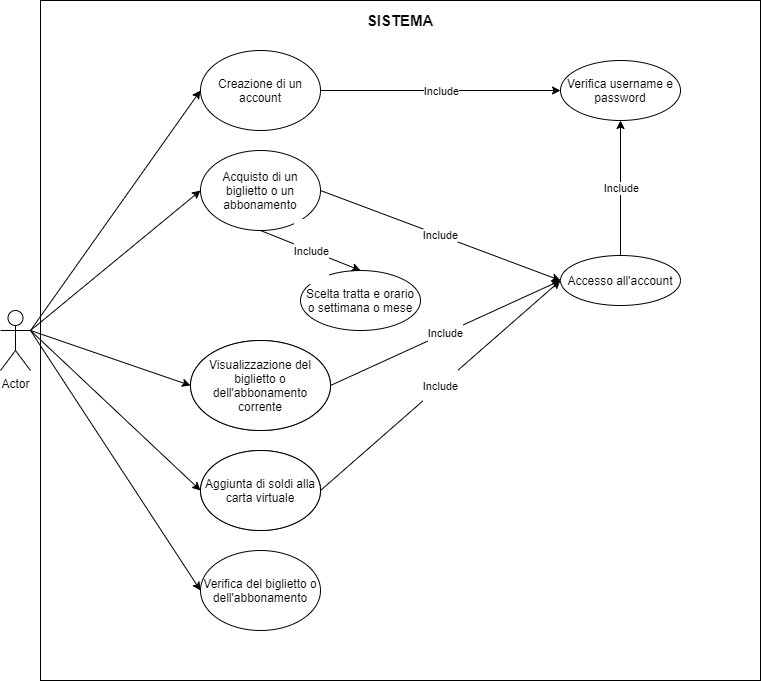
Above: Documentazione/Diagrammi/Diagramma UML dei casi d'uso.png in DanieleRonco/ProgettoJAItalia (draw.io), before the change. Source tidied: cells renumbered, new cells last; positions are measured from the earlier drawing's top-left corner, leaving out a move shared by most shapes.
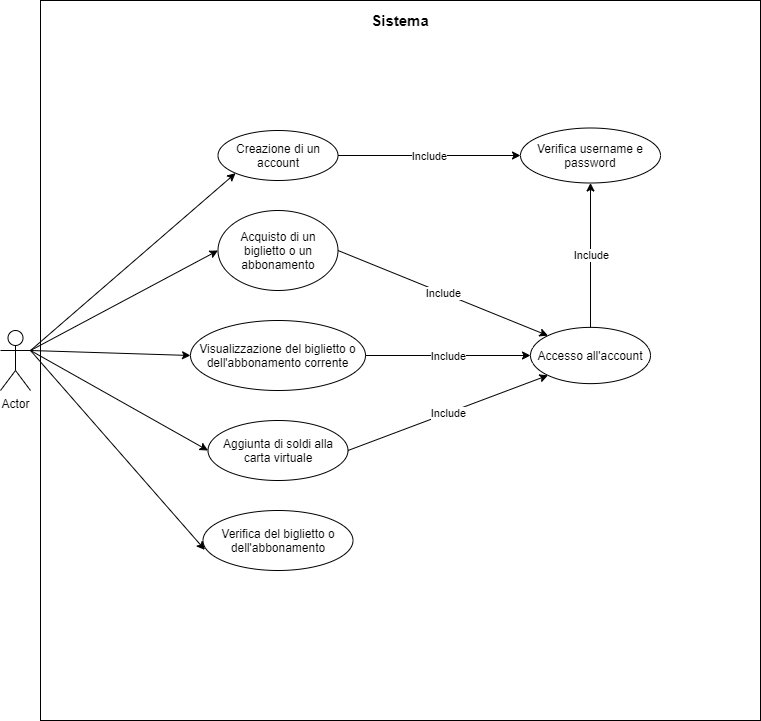
Above is the later version.

Commit message:
Modifica nell'individuazione dei casi d'uso e nella ripartizione dei casi d'uso tra i componenti del gruppo. Ultimazione del caso d'uso 2. Ultimazione del diagramma UML dei casi d'uso.

Change to the diagram source:
```diff
@@ -2,92 +2,80 @@
   <root>
     <mxCell id="0" />
     <mxCell id="1" parent="0" />
-    <mxCell id="2" value="Actor" style="shape=umlActor;verticalLabelPosition=bottom;verticalAlign=top;html=1;outlineConnect=0;" parent="1" vertex="1">
-      <mxGeometry y="310" width="30" height="60" as="geometry" />
+    <mxCell id="2" value="Actor" style="shape=umlActor;verticalLabelPosition=bottom;verticalAlign=top;html=1;outlineConnect=0;comic=0;" parent="1" vertex="1">
+      <mxGeometry y="330" width="30" height="60" as="geometry" />
     </mxCell>
-    <mxCell id="3" style="rounded=0;whiteSpace=wrap;html=1;" parent="1" vertex="1">
-      <mxGeometry x="40" width="720" height="680" as="geometry" />
-    </mxCell>
-    <mxCell id="4" value="&lt;b&gt;&lt;font style=&quot;font-size: 15px&quot;&gt;SISTEMA&lt;/font&gt;&lt;/b&gt;" style="text;html=1;strokeColor=none;fillColor=none;align=center;verticalAlign=middle;whiteSpace=wrap;rounded=0;" parent="1" vertex="1">
-      <mxGeometry x="380" y="10" width="40" height="20" as="geometry" />
-    </mxCell>
+    <mxCell id="31" style="rounded=0;whiteSpace=wrap;html=1;comic=0;" parent="1" vertex="1">
+      <mxGeometry x="40" width="720" height="720" as="geometry" />
+    </mxCell>
+    <mxCell id="32" value="&lt;b&gt;&lt;font style=&quot;font-size: 15px&quot;&gt;Sistema&lt;/font&gt;&lt;/b&gt;" style="text;html=1;strokeColor=none;fillColor=none;align=center;verticalAlign=middle;whiteSpace=wrap;rounded=0;comic=0;" parent="1" vertex="1">
+      <mxGeometry x="380" y="10" width="40" height="20" as="geometry" />
+    </mxCell>
-    <mxCell id="5" value="Creazione di un account" style="ellipse;whiteSpace=wrap;html=1;" parent="1" vertex="1">
-      <mxGeometry x="200" y="50" width="120" height="80" as="geometry" />
+    <mxCell id="5" value="Creazione di un account" style="ellipse;whiteSpace=wrap;html=1;comic=0;" parent="1" vertex="1">
+      <mxGeometry x="217.5" y="130" width="120" height="50" as="geometry" />
     </mxCell>
+    <mxCell id="26" style="endArrow=classic;html=1;exitX=1;exitY=0.3333333333333333;exitDx=0;exitDy=0;exitPerimeter=0;entryX=0;entryY=1;entryDx=0;entryDy=0;" parent="1" edge="1" source="2" target="5">
+      <mxGeometry relative="1" as="geometry" />
+    </mxCell>
-    <mxCell id="6" value="Acquisto di un biglietto o un abbonamento" style="ellipse;whiteSpace=wrap;html=1;" parent="1" vertex="1">
-      <mxGeometry x="200" y="150" width="120" height="80" as="geometry" />
+    <mxCell id="6" value="Acquisto di un biglietto o un abbonamento" style="ellipse;whiteSpace=wrap;html=1;comic=0;" parent="1" vertex="1">
+      <mxGeometry x="217.5" y="210" width="120" height="80" as="geometry" />
     </mxCell>
-    <mxCell id="7" value="Visualizzazione del biglietto o dell'abbonamento corrente" style="ellipse;whiteSpace=wrap;html=1;" parent="1" vertex="1">
-      <mxGeometry x="190" y="340" width="140" height="90" as="geometry" />
-    </mxCell>
-    <mxCell id="8" value="Aggiunta di soldi alla carta virtuale" style="ellipse;whiteSpace=wrap;html=1;" parent="1" vertex="1">
-      <mxGeometry x="200" y="450" width="120" height="80" as="geometry" />
-    </mxCell>
+    <mxCell id="33" value="Visualizzazione del biglietto o dell'abbonamento corrente" style="ellipse;whiteSpace=wrap;html=1;comic=0;" parent="1" vertex="1">
+      <mxGeometry x="190" y="320" width="175" height="70" as="geometry" />
+    </mxCell>
+    <mxCell id="34" value="Aggiunta di soldi alla carta virtuale" style="ellipse;whiteSpace=wrap;html=1;comic=0;" parent="1" vertex="1">
+      <mxGeometry x="207.5" y="420" width="140" height="60" as="geometry" />
+    </mxCell>
-    <mxCell id="9" value="Verifica del biglietto o dell'abbonamento" style="ellipse;whiteSpace=wrap;html=1;" parent="1" vertex="1">
-      <mxGeometry x="200" y="550" width="120" height="80" as="geometry" />
+    <mxCell id="9" value="Verifica del biglietto o dell'abbonamento" style="ellipse;whiteSpace=wrap;html=1;comic=0;" parent="1" vertex="1">
+      <mxGeometry x="202.5" y="510" width="150" height="60" as="geometry" />
     </mxCell>
-    <mxCell id="10" value="Verifica username e password" style="ellipse;whiteSpace=wrap;html=1;" parent="1" vertex="1">
-      <mxGeometry x="560" y="60" width="120" height="60" as="geometry" />
+    <mxCell id="10" value="Verifica username e password" style="ellipse;whiteSpace=wrap;html=1;comic=0;" parent="1" vertex="1">
+      <mxGeometry x="520" y="127.5" width="140" height="55" as="geometry" />
     </mxCell>
-    <mxCell id="11" value="Accesso all'account" style="ellipse;whiteSpace=wrap;html=1;" parent="1" vertex="1">
-      <mxGeometry x="560" y="255" width="120" height="50" as="geometry" />
+    <mxCell id="11" value="Accesso all'account" style="ellipse;whiteSpace=wrap;html=1;comic=0;" parent="1" vertex="1">
+      <mxGeometry x="530" y="326.9" width="120" height="56.2" as="geometry" />
     </mxCell>
-    <mxCell id="12" value="Scelta tratta e orario o settimana o mese" style="ellipse;whiteSpace=wrap;html=1;" parent="1" vertex="1">
-      <mxGeometry x="300" y="270" width="120" height="60" as="geometry" />
-    </mxCell>
+    <mxCell id="27" style="endArrow=classic;html=1;exitX=1;exitY=0.3333333333333333;exitDx=0;exitDy=0;exitPerimeter=0;entryX=0;entryY=0.5;entryDx=0;entryDy=0;" parent="1" edge="1" source="2" target="6">
+      <mxGeometry relative="1" as="geometry" />
+    </mxCell>
+    <mxCell id="35" style="endArrow=classic;html=1;exitX=1;exitY=0.3333333333333333;exitDx=0;exitDy=0;exitPerimeter=0;entryX=0;entryY=0.5;entryDx=0;entryDy=0;" parent="1" edge="1" source="2" target="33">
+      <mxGeometry relative="1" as="geometry" />
+    </mxCell>
+    <mxCell id="36" style="endArrow=classic;html=1;exitX=1;exitY=0.3333333333333333;exitDx=0;exitDy=0;exitPerimeter=0;entryX=0;entryY=0.5;entryDx=0;entryDy=0;" parent="1" edge="1" source="2" target="34">
+      <mxGeometry relative="1" as="geometry" />
+    </mxCell>
+    <mxCell id="30" style="endArrow=classic;html=1;exitX=1;exitY=0.3333333333333333;exitDx=0;exitDy=0;exitPerimeter=0;entryX=0.013;entryY=0.657;entryDx=0;entryDy=0;entryPerimeter=0;" parent="1" edge="1" source="2" target="9">
+      <mxGeometry relative="1" as="geometry" />
+    </mxCell>
+    <mxCell id="18" style="endArrow=classic;html=1;exitX=1;exitY=0.5;exitDx=0;exitDy=0;entryX=0;entryY=0.5;entryDx=0;entryDy=0;" parent="1" edge="1" source="5" target="10">
+      <mxGeometry relative="1" as="geometry" />
+    </mxCell>
+    <mxCell id="37" value="Include" style="edgeLabel;html=1;align=center;verticalAlign=middle;" parent="18" vertex="1">
+      <mxGeometry relative="1" as="geometry" />
+    </mxCell>
-    <mxCell id="13" style="endArrow=classic;html=1;exitX=1;exitY=0.5;exitDx=0;exitDy=0;entryX=0;entryY=0.5;entryDx=0;entryDy=0;" parent="1" edge="1" source="6" target="11">
+    <mxCell id="13" style="endArrow=classic;html=1;exitX=1;exitY=0.5;exitDx=0;exitDy=0;entryX=0;entryY=0;entryDx=0;entryDy=0;" parent="1" edge="1" source="6" target="11">
       <mxGeometry relative="1" as="geometry" />
     </mxCell>
-    <mxCell id="14" value="Include" style="edgeLabel;html=1;align=center;verticalAlign=middle;" parent="13" vertex="1">
-      <mxGeometry relative="1" as="geometry" />
-    </mxCell>
-    <mxCell id="15" value="&#10;&#10;&lt;span style=&quot;color: rgb(0, 0, 0); font-family: helvetica; font-size: 11px; font-style: normal; font-weight: 400; letter-spacing: normal; text-align: center; text-indent: 0px; text-transform: none; word-spacing: 0px; background-color: rgb(255, 255, 255); display: inline; float: none;&quot;&gt;Include&lt;/span&gt;&#10;&#10;" style="endArrow=classic;html=1;exitX=1;exitY=0.5;exitDx=0;exitDy=0;entryX=0;entryY=0.5;entryDx=0;entryDy=0;" parent="1" edge="1" source="7" target="11">
-      <mxGeometry relative="1" as="geometry" />
-    </mxCell>
-    <mxCell id="16" style="endArrow=classic;html=1;exitX=1;exitY=0.5;exitDx=0;exitDy=0;entryX=0;entryY=0.5;entryDx=0;entryDy=0;" parent="1" edge="1" source="8" target="11">
-      <mxGeometry relative="1" as="geometry" />
-    </mxCell>
-    <mxCell id="17" value="&#10;&#10;&lt;span style=&quot;color: rgb(0, 0, 0); font-family: helvetica; font-size: 11px; font-style: normal; font-weight: 400; letter-spacing: normal; text-align: center; text-indent: 0px; text-transform: none; word-spacing: 0px; background-color: rgb(255, 255, 255); display: inline; float: none;&quot;&gt;Include&lt;/span&gt;&#10;&#10;" style="edgeLabel;html=1;align=center;verticalAlign=middle;" parent="16" vertex="1">
-      <mxGeometry relative="1" as="geometry" />
-    </mxCell>
-    <mxCell id="18" style="endArrow=classic;html=1;exitX=1;exitY=0.5;exitDx=0;exitDy=0;entryX=0;entryY=0.5;entryDx=0;entryDy=0;" parent="1" edge="1" source="5" target="10">
-      <mxGeometry relative="1" as="geometry" />
-    </mxCell>
-    <mxCell id="19" value="&#10;&#10;&lt;span style=&quot;color: rgb(0, 0, 0); font-family: helvetica; font-size: 11px; font-style: normal; font-weight: 400; letter-spacing: normal; text-align: center; text-indent: 0px; text-transform: none; word-spacing: 0px; background-color: rgb(255, 255, 255); display: inline; float: none;&quot;&gt;Include&lt;/span&gt;&#10;&#10;" style="edgeLabel;html=1;align=center;verticalAlign=middle;" parent="18" vertex="1">
-      <mxGeometry relative="1" as="geometry" />
-    </mxCell>
+    <mxCell id="38" value="Include" style="edgeLabel;html=1;align=center;verticalAlign=middle;" parent="13" vertex="1">
+      <mxGeometry relative="1" as="geometry" />
+    </mxCell>
+    <mxCell id="39" style="endArrow=classic;html=1;exitX=1;exitY=0.5;exitDx=0;exitDy=0;entryX=0;entryY=0.5;entryDx=0;entryDy=0;" parent="1" edge="1" source="33" target="11">
+      <mxGeometry relative="1" as="geometry" />
+    </mxCell>
+    <mxCell id="40" value="Include" style="edgeLabel;html=1;align=center;verticalAlign=middle;" parent="39" vertex="1">
+      <mxGeometry relative="1" as="geometry" />
+    </mxCell>
+    <mxCell id="41" style="endArrow=classic;html=1;exitX=1;exitY=0.5;exitDx=0;exitDy=0;entryX=0;entryY=1;entryDx=0;entryDy=0;" parent="1" edge="1" source="34" target="11">
+      <mxGeometry relative="1" as="geometry" />
+    </mxCell>
+    <mxCell id="42" value="Include" style="edgeLabel;html=1;align=center;verticalAlign=middle;" parent="41" vertex="1">
+      <mxGeometry relative="1" as="geometry" />
+    </mxCell>
     <mxCell id="20" style="endArrow=classic;html=1;exitX=0.5;exitY=0;exitDx=0;exitDy=0;entryX=0.5;entryY=1;entryDx=0;entryDy=0;" parent="1" edge="1" source="11" target="10">
       <mxGeometry relative="1" as="geometry" />
     </mxCell>
-    <mxCell id="21" value="Include" style="edgeLabel;html=1;align=center;verticalAlign=middle;" parent="20" vertex="1">
-      <mxGeometry relative="1" as="geometry" />
-    </mxCell>
-    <mxCell id="22" style="endArrow=classic;html=1;exitX=0.5;exitY=1;exitDx=0;exitDy=0;entryX=0.5;entryY=0;entryDx=0;entryDy=0;" parent="1" edge="1" source="6" target="12">
-      <mxGeometry relative="1" as="geometry" />
-    </mxCell>
-    <mxCell id="23" value="&#10;&#10;&lt;span style=&quot;color: rgb(0, 0, 0); font-family: helvetica; font-size: 11px; font-style: normal; font-weight: 400; letter-spacing: normal; text-align: center; text-indent: 0px; text-transform: none; word-spacing: 0px; background-color: rgb(255, 255, 255); display: inline; float: none;&quot;&gt;Include&lt;/span&gt;&#10;&#10;" style="edgeLabel;html=1;align=center;verticalAlign=middle;" parent="22" vertex="1">
-      <mxGeometry relative="1" as="geometry" />
-    </mxCell>
-    <mxCell id="24" value="Visualizzazione del biglietto o dell'abbonamento corrente" style="ellipse;whiteSpace=wrap;html=1;" parent="1" vertex="1">
-      <mxGeometry x="190" y="340" width="140" height="90" as="geometry" />
-    </mxCell>
-    <mxCell id="25" value="Aggiunta di soldi alla carta virtuale" style="ellipse;whiteSpace=wrap;html=1;" parent="1" vertex="1">
-      <mxGeometry x="200" y="450" width="120" height="80" as="geometry" />
-    </mxCell>
-    <mxCell id="26" style="endArrow=classic;html=1;exitX=1;exitY=0.3333333333333333;exitDx=0;exitDy=0;exitPerimeter=0;entryX=0;entryY=0.5;entryDx=0;entryDy=0;" parent="1" edge="1" source="2" target="5">
-      <mxGeometry relative="1" as="geometry" />
-    </mxCell>
-    <mxCell id="27" style="endArrow=classic;html=1;exitX=1;exitY=0.3333333333333333;exitDx=0;exitDy=0;exitPerimeter=0;entryX=0;entryY=0.5;entryDx=0;entryDy=0;" parent="1" edge="1" source="2" target="6">
-      <mxGeometry relative="1" as="geometry" />
-    </mxCell>
-    <mxCell id="28" style="endArrow=classic;html=1;exitX=1;exitY=0.3333333333333333;exitDx=0;exitDy=0;exitPerimeter=0;entryX=0;entryY=0.5;entryDx=0;entryDy=0;" parent="1" edge="1" source="2" target="24">
-      <mxGeometry relative="1" as="geometry" />
-    </mxCell>
-    <mxCell id="29" style="endArrow=classic;html=1;exitX=1;exitY=0.3333333333333333;exitDx=0;exitDy=0;exitPerimeter=0;entryX=0;entryY=0.5;entryDx=0;entryDy=0;" parent="1" edge="1" source="2" target="25">
-      <mxGeometry relative="1" as="geometry" />
-    </mxCell>
-    <mxCell id="30" style="endArrow=classic;html=1;exitX=1;exitY=0.3333333333333333;exitDx=0;exitDy=0;exitPerimeter=0;entryX=0;entryY=0.5;entryDx=0;entryDy=0;" parent="1" edge="1" source="2" target="9">
-      <mxGeometry relative="1" as="geometry" />
-    </mxCell>
+    <mxCell id="43" value="Include" style="edgeLabel;html=1;align=center;verticalAlign=middle;" parent="20" vertex="1">
+      <mxGeometry relative="1" as="geometry" />
+    </mxCell>
   </root>
 </mxGraphModel>
```
